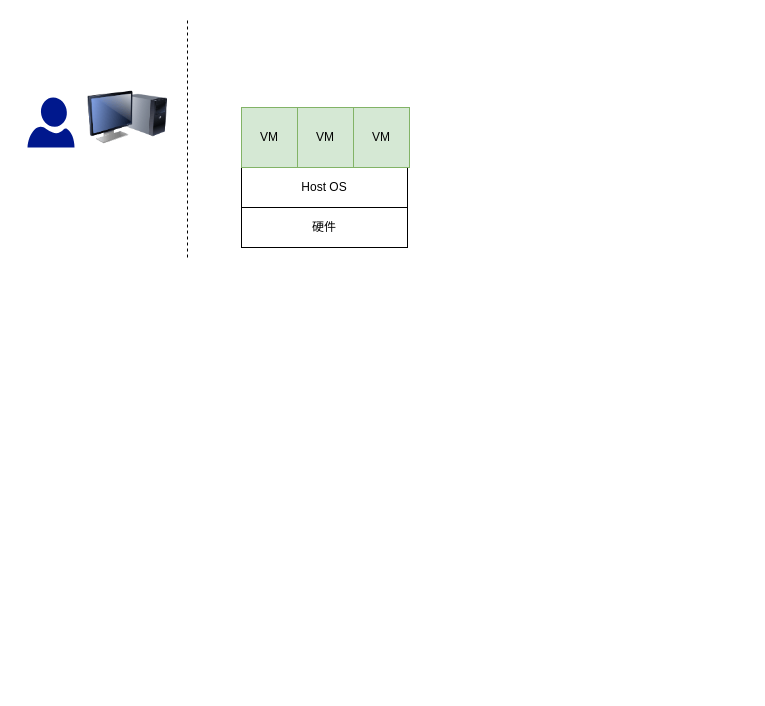
The draw.io diagram 基于虚拟化技术的云平台.drawio in luomoweilan/draw, before the edit. Source tidied: cells renumbered, new cells numbered last; positions are measured from the earlier drawing's top-left corner, leaving out a move shared by most shapes. Both pictures are drawn from the tidied source at 100%, with x=0, y=0 at pixel (27, 17).
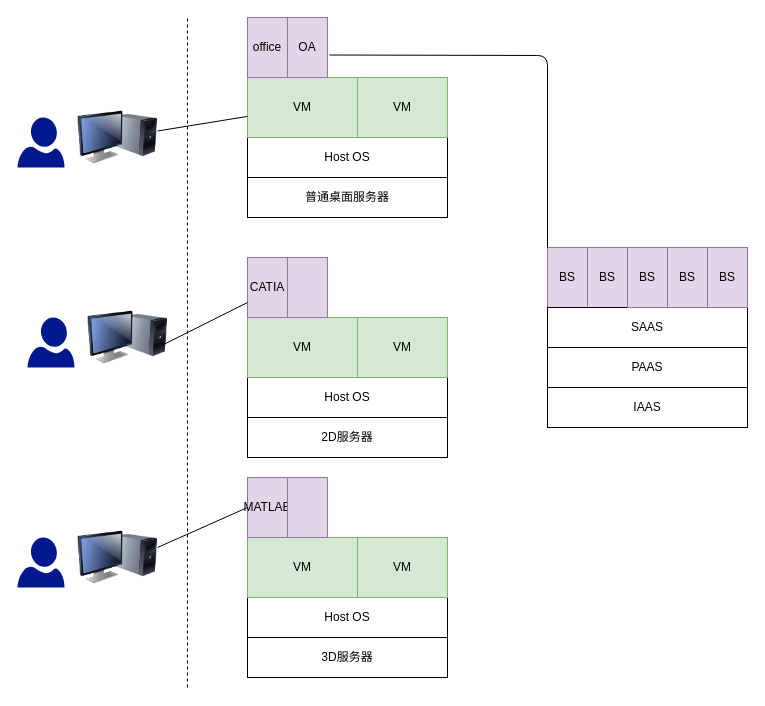
The same diagram, later.

Commit message (it also covers changes not shown here):
更新基于虚拟化技术的云平台.drawio

Change to the diagram source:
```diff
@@
-    <mxCell id="2" value="硬件" style="rounded=0;whiteSpace=wrap;html=1;" parent="1" vertex="1">
-      <mxGeometry x="214" y="190" width="166" height="40" as="geometry" />
+    <mxCell id="2" value="普通桌面服务器" style="rounded=0;whiteSpace=wrap;html=1;" parent="1" vertex="1">
+      <mxGeometry x="220" y="160" width="200" height="40" as="geometry" />
     </mxCell>
     <mxCell id="3" style="image;html=1;image=img/lib/clip_art/computers/Monitor_Tower_128x128.png;" parent="1" vertex="1">
-      <mxGeometry x="60" y="60" width="80" height="80" as="geometry" />
+      <mxGeometry x="50" y="80" width="80" height="80" as="geometry" />
     </mxCell>
     <mxCell id="4" style="shadow=0;dashed=0;html=1;strokeColor=none;labelPosition=center;verticalLabelPosition=bottom;verticalAlign=top;align=center;fillColor=#00188D;shape=mxgraph.azure.user;" parent="1" vertex="1">
-      <mxGeometry y="80" width="47" height="50" as="geometry" />
+      <mxGeometry x="-10" y="100" width="47" height="50" as="geometry" />
     </mxCell>
     <mxCell id="5" style="endArrow=none;dashed=1;html=1;" parent="1" edge="1">
       <mxGeometry relative="1" as="geometry">
-        <mxPoint x="160" y="240" as="sourcePoint" />
+        <mxPoint x="160" y="670" as="sourcePoint" />
         <mxPoint x="160" as="targetPoint" />
       </mxGeometry>
     </mxCell>
     <mxCell id="6" value="Host OS" style="rounded=0;whiteSpace=wrap;html=1;" parent="1" vertex="1">
-      <mxGeometry x="214" y="150" width="166" height="40" as="geometry" />
+      <mxGeometry x="220" y="120" width="200" height="40" as="geometry" />
     </mxCell>
     <mxCell id="7" value="VM" style="rounded=0;whiteSpace=wrap;html=1;fillColor=#d5e8d4;strokeColor=#82b366;" parent="1" vertex="1">
-      <mxGeometry x="214" y="90" width="56" height="60" as="geometry" />
+      <mxGeometry x="220" y="60" width="110" height="60" as="geometry" />
     </mxCell>
     <mxCell id="8" value="VM" style="rounded=0;whiteSpace=wrap;html=1;fillColor=#d5e8d4;strokeColor=#82b366;" parent="1" vertex="1">
-      <mxGeometry x="270" y="90" width="56" height="60" as="geometry" />
+      <mxGeometry x="330" y="60" width="90" height="60" as="geometry" />
     </mxCell>
-    <mxCell id="9" value="VM" style="rounded=0;whiteSpace=wrap;html=1;fillColor=#d5e8d4;strokeColor=#82b366;" parent="1" vertex="1">
-      <mxGeometry x="326" y="90" width="56" height="60" as="geometry" />
-    </mxCell>
+    <mxCell id="10" style="endArrow=none;html=1;" parent="1" edge="1" source="3" target="7">
+      <mxGeometry relative="1" as="geometry" />
+    </mxCell>
+    <mxCell id="11" value="office" style="rounded=0;whiteSpace=wrap;html=1;fillColor=#e1d5e7;strokeColor=#9673a6;" parent="1" vertex="1">
+      <mxGeometry x="220" width="40" height="60" as="geometry" />
+    </mxCell>
+    <mxCell id="12" value="OA" style="rounded=0;whiteSpace=wrap;html=1;fillColor=#e1d5e7;strokeColor=#9673a6;" parent="1" vertex="1">
+      <mxGeometry x="260" width="40" height="60" as="geometry" />
+    </mxCell>
+    <mxCell id="13" value="2D服务器" style="rounded=0;whiteSpace=wrap;html=1;" parent="1" vertex="1">
+      <mxGeometry x="220" y="400" width="200" height="40" as="geometry" />
+    </mxCell>
+    <mxCell id="14" value="Host OS" style="rounded=0;whiteSpace=wrap;html=1;" parent="1" vertex="1">
+      <mxGeometry x="220" y="360" width="200" height="40" as="geometry" />
+    </mxCell>
+    <mxCell id="15" value="VM" style="rounded=0;whiteSpace=wrap;html=1;fillColor=#d5e8d4;strokeColor=#82b366;" parent="1" vertex="1">
+      <mxGeometry x="220" y="300" width="110" height="60" as="geometry" />
+    </mxCell>
+    <mxCell id="16" value="VM" style="rounded=0;whiteSpace=wrap;html=1;fillColor=#d5e8d4;strokeColor=#82b366;" parent="1" vertex="1">
+      <mxGeometry x="330" y="300" width="90" height="60" as="geometry" />
+    </mxCell>
+    <mxCell id="17" value="CATIA" style="rounded=0;whiteSpace=wrap;html=1;fillColor=#e1d5e7;strokeColor=#9673a6;" parent="1" vertex="1">
+      <mxGeometry x="220" y="240" width="40" height="60" as="geometry" />
+    </mxCell>
+    <mxCell id="18" style="rounded=0;whiteSpace=wrap;html=1;fillColor=#e1d5e7;strokeColor=#9673a6;" parent="1" vertex="1">
+      <mxGeometry x="260" y="240" width="40" height="60" as="geometry" />
+    </mxCell>
+    <mxCell id="19" value="3D服务器" style="rounded=0;whiteSpace=wrap;html=1;" parent="1" vertex="1">
+      <mxGeometry x="220" y="620" width="200" height="40" as="geometry" />
+    </mxCell>
+    <mxCell id="20" value="Host OS" style="rounded=0;whiteSpace=wrap;html=1;" parent="1" vertex="1">
+      <mxGeometry x="220" y="580" width="200" height="40" as="geometry" />
+    </mxCell>
+    <mxCell id="21" value="VM" style="rounded=0;whiteSpace=wrap;html=1;fillColor=#d5e8d4;strokeColor=#82b366;" parent="1" vertex="1">
+      <mxGeometry x="220" y="520" width="110" height="60" as="geometry" />
+    </mxCell>
+    <mxCell id="22" value="VM" style="rounded=0;whiteSpace=wrap;html=1;fillColor=#d5e8d4;strokeColor=#82b366;" parent="1" vertex="1">
+      <mxGeometry x="330" y="520" width="90" height="60" as="geometry" />
+    </mxCell>
+    <mxCell id="23" value="MATLAB" style="rounded=0;whiteSpace=wrap;html=1;fillColor=#e1d5e7;strokeColor=#9673a6;" parent="1" vertex="1">
+      <mxGeometry x="220" y="460" width="40" height="60" as="geometry" />
+    </mxCell>
+    <mxCell id="24" style="rounded=0;whiteSpace=wrap;html=1;fillColor=#e1d5e7;strokeColor=#9673a6;" parent="1" vertex="1">
+      <mxGeometry x="260" y="460" width="40" height="60" as="geometry" />
+    </mxCell>
+    <mxCell id="25" value="IAAS" style="rounded=0;whiteSpace=wrap;html=1;" parent="1" vertex="1">
+      <mxGeometry x="520" y="370" width="200" height="40" as="geometry" />
+    </mxCell>
+    <mxCell id="26" value="PAAS" style="rounded=0;whiteSpace=wrap;html=1;" parent="1" vertex="1">
+      <mxGeometry x="520" y="330" width="200" height="40" as="geometry" />
+    </mxCell>
+    <mxCell id="27" value="BS" style="rounded=0;whiteSpace=wrap;html=1;fillColor=#e1d5e7;strokeColor=#9673a6;" parent="1" vertex="1">
+      <mxGeometry x="520" y="230" width="40" height="60" as="geometry" />
+    </mxCell>
+    <mxCell id="28" value="BS" style="rounded=0;whiteSpace=wrap;html=1;fillColor=#e1d5e7;strokeColor=#9673a6;" parent="1" vertex="1">
+      <mxGeometry x="560" y="230" width="40" height="60" as="geometry" />
+    </mxCell>
+    <mxCell id="29" value="SAAS" style="rounded=0;whiteSpace=wrap;html=1;" parent="1" vertex="1">
+      <mxGeometry x="520" y="290" width="200" height="40" as="geometry" />
+    </mxCell>
+    <mxCell id="30" value="BS" style="rounded=0;whiteSpace=wrap;html=1;fillColor=#e1d5e7;strokeColor=#9673a6;" parent="1" vertex="1">
+      <mxGeometry x="600" y="230" width="40" height="60" as="geometry" />
+    </mxCell>
+    <mxCell id="31" value="BS" style="rounded=0;whiteSpace=wrap;html=1;fillColor=#e1d5e7;strokeColor=#9673a6;" parent="1" vertex="1">
+      <mxGeometry x="640" y="230" width="40" height="60" as="geometry" />
+    </mxCell>
+    <mxCell id="32" value="BS" style="rounded=0;whiteSpace=wrap;html=1;fillColor=#e1d5e7;strokeColor=#9673a6;" parent="1" vertex="1">
+      <mxGeometry x="680" y="230" width="40" height="60" as="geometry" />
+    </mxCell>
+    <mxCell id="33" style="image;html=1;image=img/lib/clip_art/computers/Monitor_Tower_128x128.png;" parent="1" vertex="1">
+      <mxGeometry x="60" y="280" width="80" height="80" as="geometry" />
+    </mxCell>
+    <mxCell id="34" style="shadow=0;dashed=0;html=1;strokeColor=none;labelPosition=center;verticalLabelPosition=bottom;verticalAlign=top;align=center;fillColor=#00188D;shape=mxgraph.azure.user;" parent="1" vertex="1">
+      <mxGeometry y="300" width="47" height="50" as="geometry" />
+    </mxCell>
+    <mxCell id="35" style="image;html=1;image=img/lib/clip_art/computers/Monitor_Tower_128x128.png;" parent="1" vertex="1">
+      <mxGeometry x="50" y="500" width="80" height="80" as="geometry" />
+    </mxCell>
+    <mxCell id="36" style="shadow=0;dashed=0;html=1;strokeColor=none;labelPosition=center;verticalLabelPosition=bottom;verticalAlign=top;align=center;fillColor=#00188D;shape=mxgraph.azure.user;" parent="1" vertex="1">
+      <mxGeometry x="-10" y="520" width="47" height="50" as="geometry" />
+    </mxCell>
+    <mxCell id="37" style="endArrow=none;html=1;entryX=0.938;entryY=0.594;entryDx=0;entryDy=0;entryPerimeter=0;exitX=0;exitY=0.75;exitDx=0;exitDy=0;" parent="1" edge="1" source="17" target="33">
+      <mxGeometry relative="1" as="geometry" />
+    </mxCell>
+    <mxCell id="38" style="endArrow=none;html=1;exitX=1;exitY=0.375;exitDx=0;exitDy=0;exitPerimeter=0;" parent="1" edge="1" source="35">
+      <mxGeometry relative="1" as="geometry">
+        <mxPoint x="220" y="490" as="targetPoint" />
+      </mxGeometry>
+    </mxCell>
+    <mxCell id="39" style="endArrow=none;html=1;entryX=1.05;entryY=0.625;entryDx=0;entryDy=0;entryPerimeter=0;exitX=0;exitY=0;exitDx=0;exitDy=0;" parent="1" edge="1" source="27" target="12">
+      <mxGeometry relative="1" as="geometry">
+        <Array as="points">
+          <mxPoint x="520" y="38" />
+        </Array>
+      </mxGeometry>
+    </mxCell>
```
